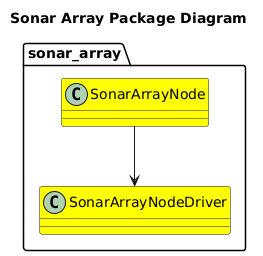
Above: doc/output/SonarArrayPackageDiagram.png in fastrobotics/sonar_array (PlantUML), before the change.
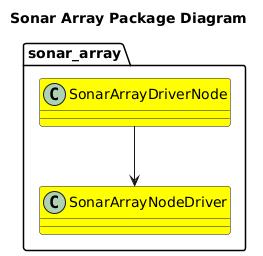
The same diagram one commit later.

Diff of the diagram source:
```diff
@@ -2,9 +2,9 @@
 title Sonar Array Package Diagram
 
 package sonar_array {
-    class SonarArrayNode #Yellow
+    class SonarArrayDriverNode #Yellow
     class SonarArrayNodeDriver #Yellow
-    SonarArrayNode --> SonarArrayNodeDriver
+    SonarArrayDriverNode --> SonarArrayNodeDriver
 }
 
 @enduml
```
